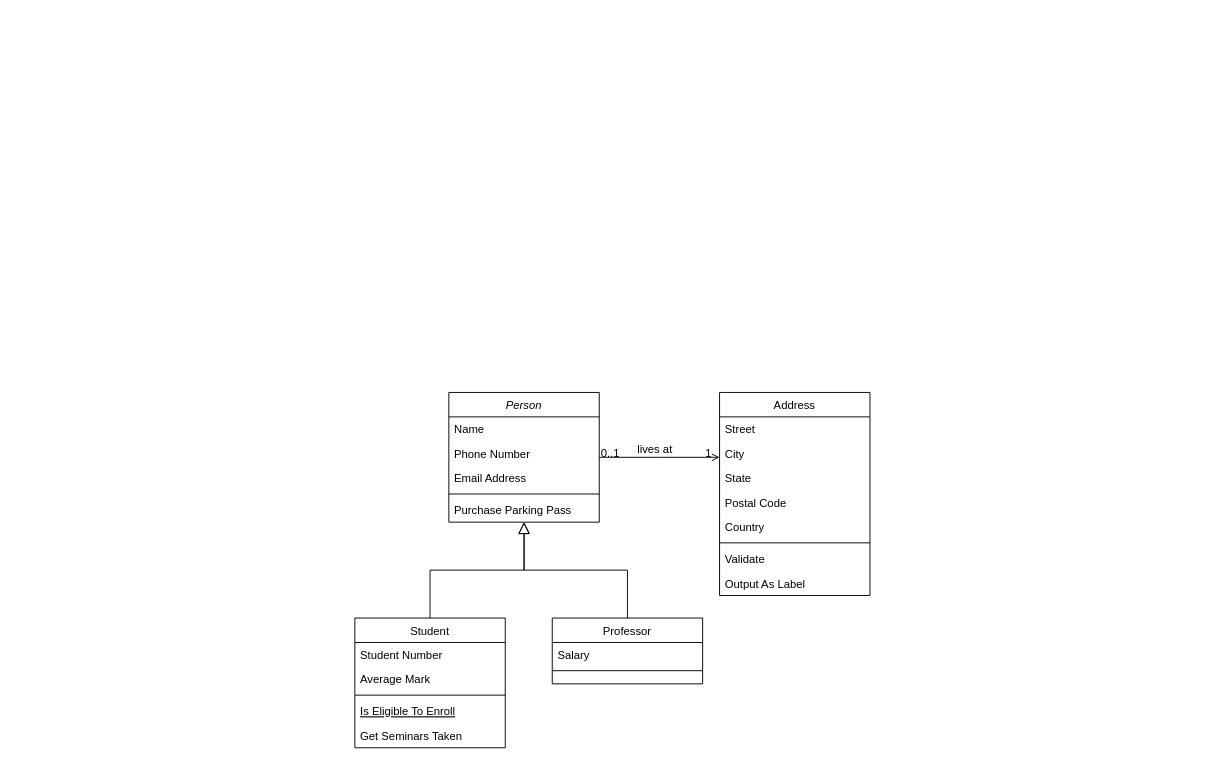
AlejoVM122/Mis-Proyectos keeps this draw.io diagram as ConexionBaseDeDatos.drawio. Above is the earlier version. Source tidied: cells renumbered, new cells numbered last; positions are measured from the earlier drawing's top-left corner, leaving out a move shared by most shapes. Both pictures are drawn from the tidied source at 94%, with x=0, y=0 at pixel (354, 392).
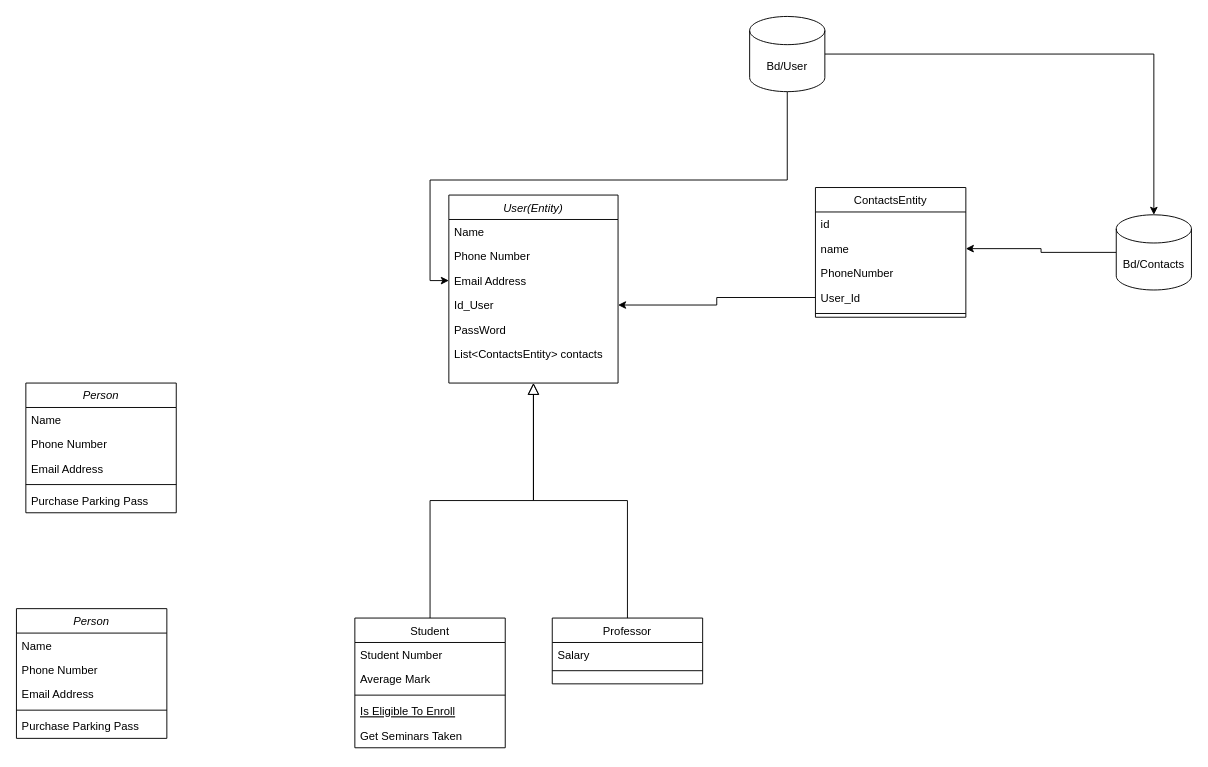
The same diagram, later.

Change to the diagram source:
```diff
@@
-    <mxCell id="2" value="Person" style="swimlane;fontStyle=2;align=center;verticalAlign=top;horizontal=1;startSize=26;rounded=0;shadow=0;strokeWidth=1;" parent="1" vertex="1">
-      <mxGeometry x="100" width="160" height="138" as="geometry" />
+    <mxCell id="2" value="User(Entity)" style="swimlane;fontStyle=2;align=center;verticalAlign=top;horizontal=1;startSize=26;rounded=0;shadow=0;strokeWidth=1;" parent="1" vertex="1">
+      <mxGeometry x="100" y="-210" width="180" height="200" as="geometry" />
     </mxCell>
     <mxCell id="3" value="Name" style="text;align=left;verticalAlign=top;spacingLeft=4;spacingRight=4;overflow=hidden;" parent="2" vertex="1">
-      <mxGeometry y="26" width="160" height="26" as="geometry" />
+      <mxGeometry y="26" width="180" height="26" as="geometry" />
     </mxCell>
     <mxCell id="4" value="Phone Number" style="text;align=left;verticalAlign=top;spacingLeft=4;spacingRight=4;overflow=hidden;rounded=0;shadow=0;html=0;" parent="2" vertex="1">
-      <mxGeometry y="52" width="160" height="26" as="geometry" />
+      <mxGeometry y="52" width="180" height="26" as="geometry" />
     </mxCell>
     <mxCell id="5" value="Email Address" style="text;align=left;verticalAlign=top;spacingLeft=4;spacingRight=4;overflow=hidden;points=[[0,0.5],[1,0.5]];portConstraint=eastwest;rounded=0;shadow=0;html=0;" parent="2" vertex="1">
-      <mxGeometry y="78" width="160" height="26" as="geometry" />
+      <mxGeometry y="78" width="180" height="26" as="geometry" />
     </mxCell>
-    <mxCell id="6" style="line;html=1;strokeWidth=1;align=left;verticalAlign=middle;spacingTop=-1;spacingLeft=3;spacingRight=3;labelPosition=right;" parent="2" vertex="1">
-      <mxGeometry y="104" width="160" height="8" as="geometry" />
-    </mxCell>
-    <mxCell id="7" value="Purchase Parking Pass" style="text;align=left;verticalAlign=top;spacingLeft=4;spacingRight=4;overflow=hidden;points=[[0,0.5],[1,0.5]];portConstraint=eastwest;" parent="2" vertex="1">
-      <mxGeometry y="112" width="160" height="26" as="geometry" />
+    <mxCell id="7" value="Id_User" style="text;align=left;verticalAlign=top;spacingLeft=4;spacingRight=4;overflow=hidden;points=[[0,0.5],[1,0.5]];portConstraint=eastwest;" parent="2" vertex="1">
+      <mxGeometry y="104" width="180" height="26" as="geometry" />
     </mxCell>
+    <mxCell id="32" value="PassWord" style="text;align=left;verticalAlign=top;spacingLeft=4;spacingRight=4;overflow=hidden;rounded=0;shadow=0;html=0;" parent="2" vertex="1">
+      <mxGeometry y="130" width="180" height="26" as="geometry" />
+    </mxCell>
+    <mxCell id="33" value="List&lt;ContactsEntity&gt; contacts" style="text;align=left;verticalAlign=top;spacingLeft=4;spacingRight=4;overflow=hidden;rounded=0;shadow=0;html=0;" parent="2" vertex="1">
+      <mxGeometry y="156" width="180" height="26" as="geometry" />
+    </mxCell>
@@
-    <mxCell id="19" value="Address" style="swimlane;fontStyle=0;align=center;verticalAlign=top;horizontal=1;startSize=26;rounded=0;shadow=0;strokeWidth=1;" parent="1" vertex="1">
-      <mxGeometry x="388" width="160" height="216" as="geometry" />
+    <mxCell id="19" value="ContactsEntity" style="swimlane;fontStyle=0;align=center;verticalAlign=top;horizontal=1;startSize=26;rounded=0;shadow=0;strokeWidth=1;" parent="1" vertex="1">
+      <mxGeometry x="490" y="-218" width="160" height="138" as="geometry" />
     </mxCell>
-    <mxCell id="20" value="Street" style="text;align=left;verticalAlign=top;spacingLeft=4;spacingRight=4;overflow=hidden;" parent="19" vertex="1">
+    <mxCell id="20" value="id" style="text;align=left;verticalAlign=top;spacingLeft=4;spacingRight=4;overflow=hidden;" parent="19" vertex="1">
       <mxGeometry y="26" width="160" height="26" as="geometry" />
     </mxCell>
-    <mxCell id="21" value="City" style="text;align=left;verticalAlign=top;spacingLeft=4;spacingRight=4;overflow=hidden;points=[[0,0.5],[1,0.5]];portConstraint=eastwest;rounded=0;shadow=0;html=0;" parent="19" vertex="1">
+    <mxCell id="21" value="name" style="text;align=left;verticalAlign=top;spacingLeft=4;spacingRight=4;overflow=hidden;points=[[0,0.5],[1,0.5]];portConstraint=eastwest;rounded=0;shadow=0;html=0;" parent="19" vertex="1">
       <mxGeometry y="52" width="160" height="26" as="geometry" />
     </mxCell>
-    <mxCell id="22" value="State" style="text;align=left;verticalAlign=top;spacingLeft=4;spacingRight=4;overflow=hidden;rounded=0;shadow=0;html=0;" parent="19" vertex="1">
+    <mxCell id="22" value="PhoneNumber" style="text;align=left;verticalAlign=top;spacingLeft=4;spacingRight=4;overflow=hidden;rounded=0;shadow=0;html=0;" parent="19" vertex="1">
       <mxGeometry y="78" width="160" height="26" as="geometry" />
     </mxCell>
-    <mxCell id="23" value="Postal Code" style="text;align=left;verticalAlign=top;spacingLeft=4;spacingRight=4;overflow=hidden;points=[[0,0.5],[1,0.5]];portConstraint=eastwest;rounded=0;shadow=0;html=0;" parent="19" vertex="1">
+    <mxCell id="23" value="User_Id" style="text;align=left;verticalAlign=top;spacingLeft=4;spacingRight=4;overflow=hidden;points=[[0,0.5],[1,0.5]];portConstraint=eastwest;rounded=0;shadow=0;html=0;" parent="19" vertex="1">
       <mxGeometry y="104" width="160" height="26" as="geometry" />
     </mxCell>
-    <mxCell id="24" value="Country" style="text;align=left;verticalAlign=top;spacingLeft=4;spacingRight=4;overflow=hidden;rounded=0;shadow=0;html=0;" parent="19" vertex="1">
-      <mxGeometry y="130" width="160" height="26" as="geometry" />
-    </mxCell>
     <mxCell id="25" style="line;html=1;strokeWidth=1;align=left;verticalAlign=middle;spacingTop=-1;spacingLeft=3;spacingRight=3;labelPosition=right;" parent="19" vertex="1">
-      <mxGeometry y="156" width="160" height="8" as="geometry" />
+      <mxGeometry y="130" width="160" height="8" as="geometry" />
     </mxCell>
-    <mxCell id="26" value="Validate" style="text;align=left;verticalAlign=top;spacingLeft=4;spacingRight=4;overflow=hidden;" parent="19" vertex="1">
-      <mxGeometry y="164" width="160" height="26" as="geometry" />
-    </mxCell>
-    <mxCell id="27" value="Output As Label" style="text;align=left;verticalAlign=top;spacingLeft=4;spacingRight=4;overflow=hidden;" parent="19" vertex="1">
-      <mxGeometry y="190" width="160" height="26" as="geometry" />
-    </mxCell>
-    <mxCell id="28" style="endArrow=open;shadow=0;strokeWidth=1;rounded=0;endFill=1;edgeStyle=elbowEdgeStyle;elbow=vertical;" parent="1" edge="1" source="2" target="19">
-      <mxGeometry x="0.5" y="41" relative="1" as="geometry">
-        <mxPoint x="-40" y="32" as="offset" />
-      </mxGeometry>
-    </mxCell>
-    <mxCell id="29" value="0..1" style="align=left;verticalAlign=bottom;labelBackgroundColor=none;fontSize=12;" parent="28" vertex="1">
-      <mxGeometry x="-1" relative="1" as="geometry">
-        <mxPoint y="4" as="offset" />
-      </mxGeometry>
-    </mxCell>
-    <mxCell id="30" value="1" style="align=right;verticalAlign=bottom;labelBackgroundColor=none;fontSize=12;" parent="28" vertex="1">
-      <mxGeometry x="1" relative="1" as="geometry">
-        <mxPoint x="-7" y="4" as="offset" />
-      </mxGeometry>
-    </mxCell>
-    <mxCell id="31" value="lives at" style="text;html=1;align=center;verticalAlign=middle;labelBackgroundColor=none;rounded=0;shadow=0;strokeWidth=1;fontSize=12;" parent="28" vertex="1">
-      <mxGeometry x="0.5" y="49" relative="1" as="geometry">
-        <mxPoint x="-38" y="40" as="offset" />
-      </mxGeometry>
-    </mxCell>
+    <mxCell id="34" value="Person" style="swimlane;fontStyle=2;align=center;verticalAlign=top;horizontal=1;startSize=26;rounded=0;shadow=0;strokeWidth=1;" parent="1" vertex="1">
+      <mxGeometry x="-360" y="230" width="160" height="138" as="geometry" />
+    </mxCell>
+    <mxCell id="35" value="Name" style="text;align=left;verticalAlign=top;spacingLeft=4;spacingRight=4;overflow=hidden;" parent="34" vertex="1">
+      <mxGeometry y="26" width="160" height="26" as="geometry" />
+    </mxCell>
+    <mxCell id="36" value="Phone Number" style="text;align=left;verticalAlign=top;spacingLeft=4;spacingRight=4;overflow=hidden;rounded=0;shadow=0;html=0;" parent="34" vertex="1">
+      <mxGeometry y="52" width="160" height="26" as="geometry" />
+    </mxCell>
+    <mxCell id="37" value="Email Address" style="text;align=left;verticalAlign=top;spacingLeft=4;spacingRight=4;overflow=hidden;rounded=0;shadow=0;html=0;" parent="34" vertex="1">
+      <mxGeometry y="78" width="160" height="26" as="geometry" />
+    </mxCell>
+    <mxCell id="38" style="line;html=1;strokeWidth=1;align=left;verticalAlign=middle;spacingTop=-1;spacingLeft=3;spacingRight=3;labelPosition=right;" parent="34" vertex="1">
+      <mxGeometry y="104" width="160" height="8" as="geometry" />
+    </mxCell>
+    <mxCell id="39" value="Purchase Parking Pass" style="text;align=left;verticalAlign=top;spacingLeft=4;spacingRight=4;overflow=hidden;" parent="34" vertex="1">
+      <mxGeometry y="112" width="160" height="26" as="geometry" />
+    </mxCell>
+    <mxCell id="40" value="Person" style="swimlane;fontStyle=2;align=center;verticalAlign=top;horizontal=1;startSize=26;rounded=0;shadow=0;strokeWidth=1;" parent="1" vertex="1">
+      <mxGeometry x="-350" y="-10" width="160" height="138" as="geometry" />
+    </mxCell>
+    <mxCell id="41" value="Name" style="text;align=left;verticalAlign=top;spacingLeft=4;spacingRight=4;overflow=hidden;" parent="40" vertex="1">
+      <mxGeometry y="26" width="160" height="26" as="geometry" />
+    </mxCell>
+    <mxCell id="42" value="Phone Number" style="text;align=left;verticalAlign=top;spacingLeft=4;spacingRight=4;overflow=hidden;rounded=0;shadow=0;html=0;" parent="40" vertex="1">
+      <mxGeometry y="52" width="160" height="26" as="geometry" />
+    </mxCell>
+    <mxCell id="43" value="Email Address" style="text;align=left;verticalAlign=top;spacingLeft=4;spacingRight=4;overflow=hidden;rounded=0;shadow=0;html=0;" parent="40" vertex="1">
+      <mxGeometry y="78" width="160" height="26" as="geometry" />
+    </mxCell>
+    <mxCell id="44" style="line;html=1;strokeWidth=1;align=left;verticalAlign=middle;spacingTop=-1;spacingLeft=3;spacingRight=3;labelPosition=right;" parent="40" vertex="1">
+      <mxGeometry y="104" width="160" height="8" as="geometry" />
+    </mxCell>
+    <mxCell id="45" value="Purchase Parking Pass" style="text;align=left;verticalAlign=top;spacingLeft=4;spacingRight=4;overflow=hidden;" parent="40" vertex="1">
+      <mxGeometry y="112" width="160" height="26" as="geometry" />
+    </mxCell>
+    <mxCell id="46" style="edgeStyle=orthogonalEdgeStyle;rounded=0;jettySize=auto;html=1;" parent="1" edge="1" source="23" target="7">
+      <mxGeometry relative="1" as="geometry" />
+    </mxCell>
+    <mxCell id="47" style="edgeStyle=orthogonalEdgeStyle;rounded=0;jettySize=auto;html=1;entryX=1;entryY=0.5;entryDx=0;entryDy=0;" parent="1" edge="1" source="48" target="21">
+      <mxGeometry relative="1" as="geometry" />
+    </mxCell>
+    <mxCell id="48" value="Bd/Contacts" style="shape=cylinder3;whiteSpace=wrap;html=1;boundedLbl=1;backgroundOutline=1;size=15;" parent="1" vertex="1">
+      <mxGeometry x="810" y="-189" width="80" height="80" as="geometry" />
+    </mxCell>
+    <mxCell id="49" style="edgeStyle=orthogonalEdgeStyle;rounded=0;jettySize=auto;html=1;entryX=0;entryY=0.5;entryDx=0;entryDy=0;" parent="1" edge="1" source="51" target="5">
+      <mxGeometry relative="1" as="geometry" />
+    </mxCell>
+    <mxCell id="50" style="edgeStyle=orthogonalEdgeStyle;rounded=0;jettySize=auto;html=1;" parent="1" edge="1" source="51" target="48">
+      <mxGeometry relative="1" as="geometry" />
+    </mxCell>
+    <mxCell id="51" value="Bd/User" style="shape=cylinder3;whiteSpace=wrap;html=1;boundedLbl=1;backgroundOutline=1;size=15;" parent="1" vertex="1">
+      <mxGeometry x="420" y="-400" width="80" height="80" as="geometry" />
+    </mxCell>
```
